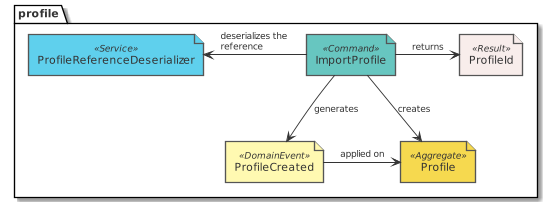
Before: paper/design_profile_eventstorming_import.png, a diagram exported from PlantUML (tmorin/dorders).
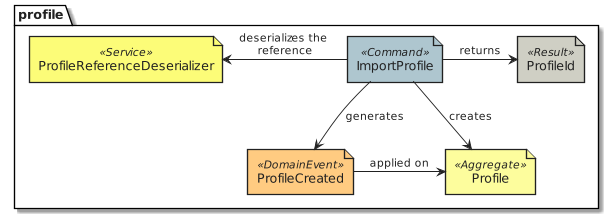
Above is the later version.

Diff of the diagram source:
```diff
@@ -1,12 +1,11 @@
 @startuml design_profile_eventstorming_import
-!include common.puml
-!include ../.gdiag/plantuml-libs/eventstorming/eventstorming-all.puml
+!include common.eventstorming.puml
 package profile {
-  command('ImportProfile')
-  domain_event('ProfileCreated')
-  aggregate('Profile')
-  result('ProfileId')
-  service('ProfileReferenceDeserializer')
+  Command('ImportProfile')
+  DomainEvent('ProfileCreated')
+  Aggregate('Profile')
+  Result('ProfileId')
+  Service('ProfileReferenceDeserializer')
 }
 ImportProfile --> ProfileCreated : generates
 ImportProfile --> Profile : creates
```
